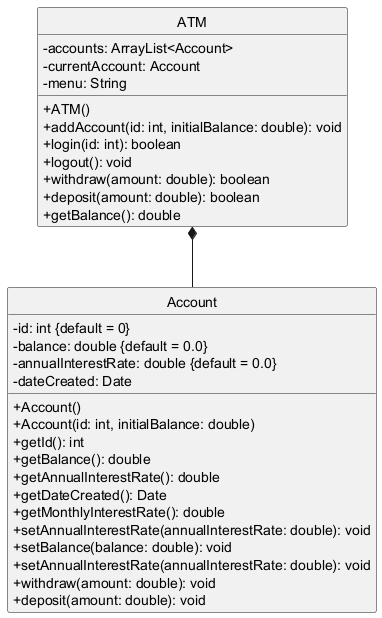
This is utd_cs2336/hw4/10.7/hw10.7.png from knockout101/java, a PlantUML export, as it was before one commit.
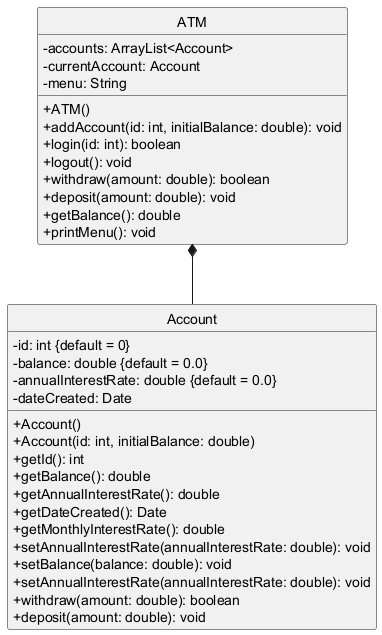
After the commit.

What changed in the source:
```diff
@@ -12,8 +12,9 @@
     +login(id: int): boolean
     +logout(): void
     +withdraw(amount: double): boolean
-    +deposit(amount: double): boolean
+    +deposit(amount: double): void
     +getBalance(): double
+    +printMenu(): void
 }
 
 class Account {
@@ -31,7 +32,7 @@
     +setAnnualInterestRate(annualInterestRate: double): void
     +setBalance(balance: double): void
     +setAnnualInterestRate(annualInterestRate: double): void
-    +withdraw(amount: double): void
+    +withdraw(amount: double): boolean
     +deposit(amount: double): void
 }
 
```
